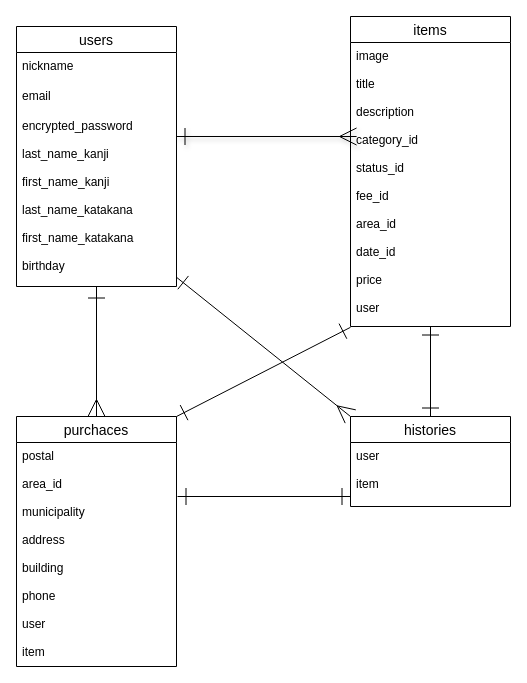
Above: er.dio in takeuchitakumi/furima-35565 (draw.io), before the change. Source tidied: cells renumbered, new cells numbered last; positions are measured from the earlier drawing's top-left corner, leaving out a move shared by most shapes. Both pictures are drawn from the tidied source at 100%, with x=0, y=0 at pixel (16, 16).
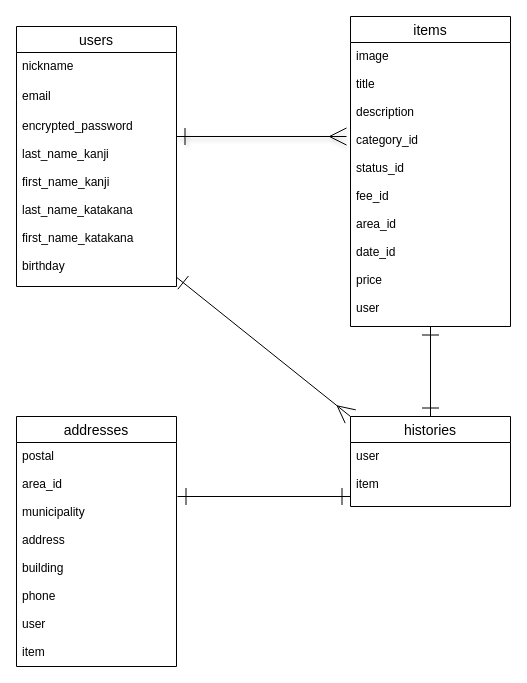
The same page after the edit.

Commit message (it also covers changes not shown here):
データベース設計4

The change refers to these unchanged cells:
```xml
<mxCell id="9" value="category_id&#10;&#10;status_id&#10;&#10;fee_id&#10;&#10;area_id&#10;&#10;date_id&#10;&#10;price&#10;&#10;user" style="text;strokeColor=none;fillColor=none;spacingLeft=4;spacingRight=4;overflow=hidden;points=[[0,0.5],[1,0.5]];portConstraint=eastwest;fontSize=12;" parent="7" vertex="1">
  <mxGeometry y="110" width="160" height="200" as="geometry" />
</mxCell>
```

Change to the diagram source:
```diff
@@
-    <mxCell id="2" style="edgeStyle=orthogonalEdgeStyle;rounded=0;jettySize=auto;html=1;startArrow=ERone;startFill=0;startSize=15;endArrow=ERmany;endFill=0;endSize=15;targetPerimeterSpacing=0;entryX=0.5;entryY=0;entryDx=0;entryDy=0;" parent="1" edge="1" target="10">
-      <mxGeometry relative="1" as="geometry">
-        <mxPoint x="80" y="290" as="sourcePoint" />
-        <Array as="points">
-          <mxPoint x="80" y="270" />
-          <mxPoint x="80" y="270" />
-        </Array>
-      </mxGeometry>
-    </mxCell>
@@
-    <mxCell id="10" value="purchaces" style="swimlane;fontStyle=0;horizontal=1;startSize=26;align=center;fontSize=14;" parent="1" vertex="1">
+    <mxCell id="10" value="addresses" style="swimlane;fontStyle=0;horizontal=1;startSize=26;align=center;fontSize=14;" parent="1" vertex="1">
       <mxGeometry y="400" width="160" height="250" as="geometry" />
     </mxCell>
@@
-    <mxCell id="15" style="endArrow=ERone;html=1;rounded=0;exitX=1;exitY=0;exitDx=0;exitDy=0;startArrow=ERone;startFill=0;endFill=0;endSize=15;startSize=15;entryX=0;entryY=1.004;entryDx=0;entryDy=0;entryPerimeter=0;" parent="1" edge="1" source="10" target="9">
-      <mxGeometry relative="1" as="geometry" />
-    </mxCell>
@@
-    <mxCell id="18" style="endArrow=ERmany;html=1;rounded=0;entryX=0.038;entryY=0.05;entryDx=0;entryDy=0;entryPerimeter=0;shadow=1;startArrow=ERone;startFill=0;endFill=0;endSize=15;startSize=15;" parent="1" edge="1" target="9">
+    <mxCell id="18" style="endArrow=ERmany;html=1;rounded=0;shadow=1;startArrow=ERone;startFill=0;endFill=0;endSize=15;startSize=15;" parent="1" edge="1">
       <mxGeometry relative="1" as="geometry">
         <mxPoint x="160" y="120" as="sourcePoint" />
+        <mxPoint x="330" y="120" as="targetPoint" />
       </mxGeometry>
     </mxCell>
```
